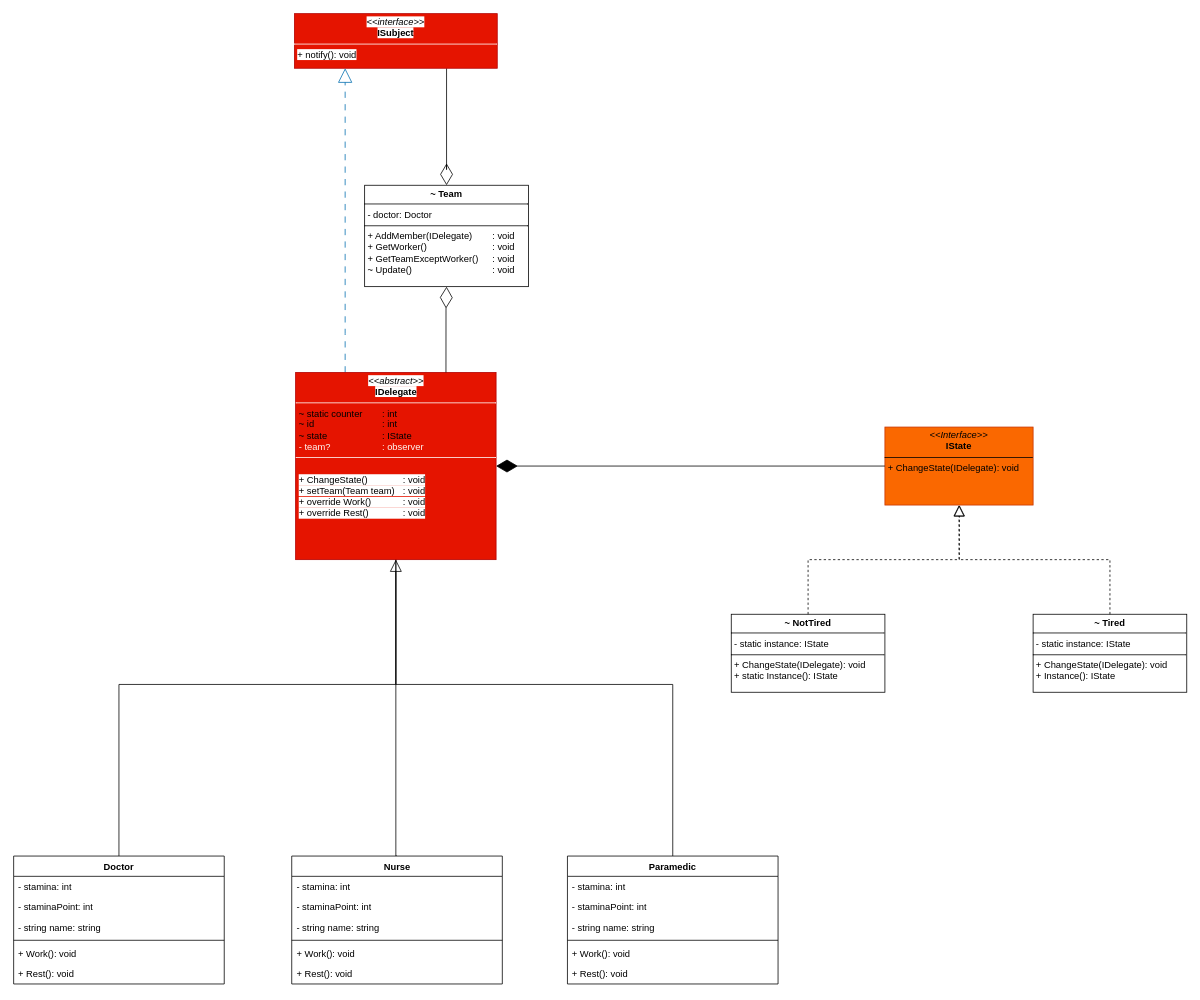
Earlier version of the draw.io diagram SI_Devoir4/SI_Devoir4.drawio (MAUI-SI-IOS/SI_Devoir4). Source tidied: cells renumbered, new cells numbered last; positions are measured from the earlier drawing's top-left corner, leaving out a move shared by most shapes. Both pictures are drawn from the tidied source at 78%, with x=0, y=0 at pixel (13, 13).
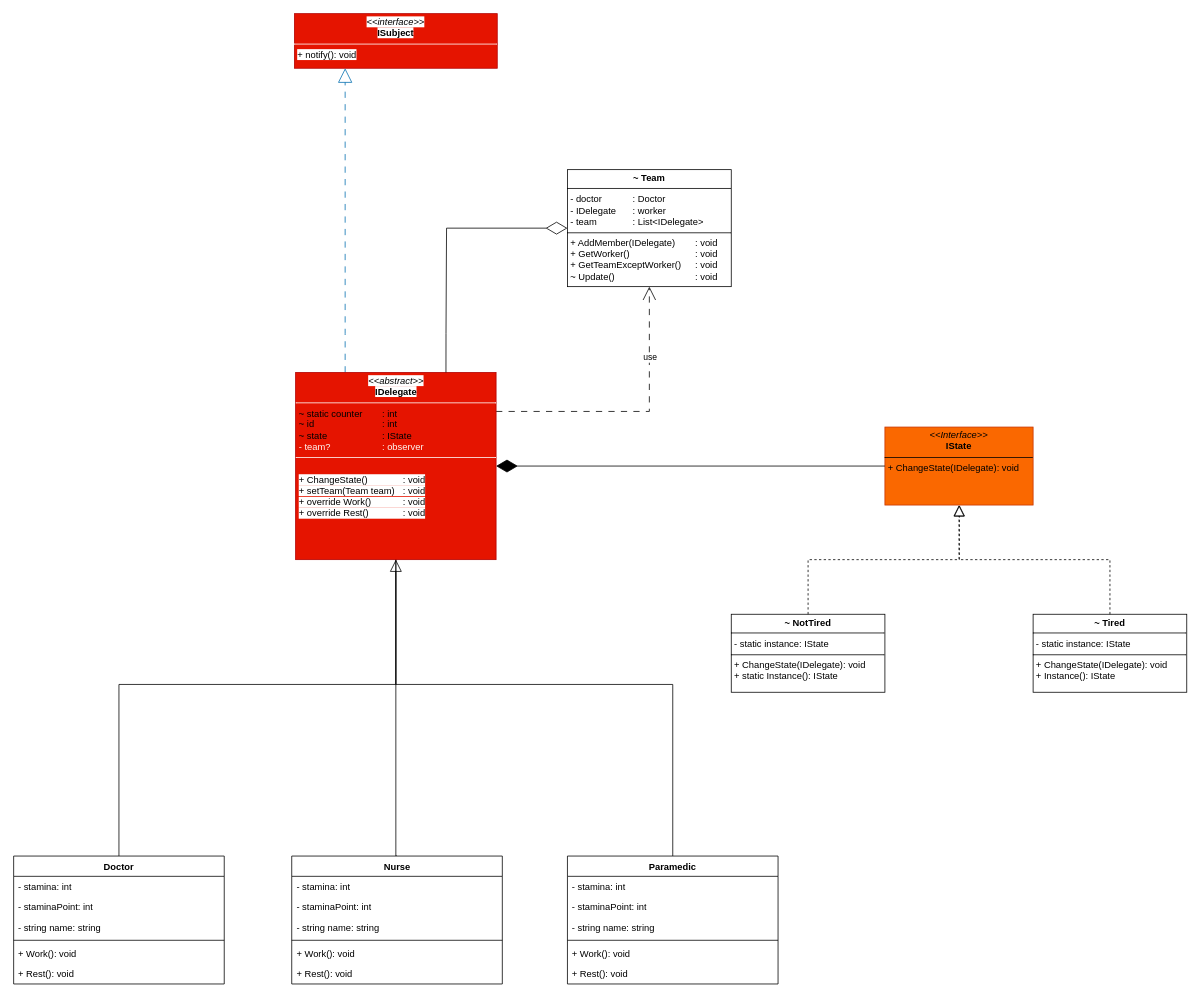
After the change.

Commit message:
updated IObserver relationship

Unchanged cells that the change refers to:
```xml
<mxCell id="7" value="&lt;p style=&quot;margin:0px;margin-top:4px;text-align:center;&quot;&gt;&lt;font style=&quot;background-color: light-dark(#ffffff, var(--ge-dark-color, #121212)); color: light-dark(rgb(0, 0, 0), rgb(255, 249, 243));&quot;&gt;&lt;i style=&quot;&quot;&gt;&amp;lt;&amp;lt;abstract&amp;gt;&amp;gt;&lt;/i&gt;&lt;br&gt;&lt;b style=&quot;&quot;&gt;IDelegate&lt;/b&gt;&lt;/font&gt;&lt;/p&gt;&lt;hr size=&quot;1&quot; style=&quot;border-style:solid;&quot;&gt;&lt;p style=&quot;margin:0px;margin-left:4px;&quot;&gt;&lt;font style=&quot;color: light-dark(rgb(0, 0, 0), rgb(255, 249, 243));&quot;&gt;~ static counter&lt;span style=&quot;white-space: pre;&quot;&gt;&#9;&lt;/span&gt;: int&lt;/font&gt;&lt;/p&gt;&lt;p style=&quot;margin:0px;margin-left:4px;&quot;&gt;&lt;font style=&quot;color: light-dark(rgb(0, 0, 0), rgb(255, 249, 243));&quot;&gt;~ id&lt;span style=&quot;white-space: pre;&quot;&gt;&#9;&lt;/span&gt;&amp;nbsp; &amp;nbsp; &amp;nbsp;&lt;span style=&quot;white-space: pre;&quot;&gt;&#9;&lt;/span&gt;&lt;span style=&quot;white-space: pre;&quot;&gt;&#9;&lt;/span&gt;&lt;span style=&quot;white-space: pre;&quot;&gt;&#9;&lt;/span&gt;: int&lt;/font&gt;&lt;/p&gt;&lt;p style=&quot;margin:0px;margin-left:4px;&quot;&gt;&lt;span&gt;&lt;font style=&quot;color: light-dark(rgb(0, 0, 0), rgb(255, 249, 243));&quot;&gt;~ state&amp;nbsp;&lt;span style=&quot;white-space: pre;&quot;&gt;&#9;&lt;/span&gt;&lt;span style=&quot;white-space: pre;&quot;&gt;&#9;&lt;/span&gt; &lt;span style=&quot;white-space: pre;&quot;&gt;&#9;&lt;/span&gt;: IState&lt;/font&gt;&lt;br&gt;&lt;/span&gt;&lt;/p&gt;&lt;p style=&quot;margin:0px;margin-left:4px;&quot;&gt;&lt;font style=&quot;color: light-dark(rgb(255, 249, 243), rgb(213, 232, 212));&quot;&gt;- team? &lt;span style=&quot;white-space: pre;&quot;&gt;&#9;&lt;/span&gt;&lt;span style=&quot;white-space: pre;&quot;&gt;&#9;&lt;/span&gt;&lt;span style=&quot;white-space: pre;&quot;&gt;&#9;&lt;/span&gt;: observer&lt;/font&gt;&lt;/p&gt;&lt;hr size=&quot;1&quot; style=&quot;border-style:solid;&quot;&gt;&lt;p style=&quot;margin:0px;margin-left:4px;&quot;&gt;&lt;span style=&quot;background-color: light-dark(#ffffff, var(--ge-dark-color, #121212));&quot;&gt;&lt;br&gt;&lt;/span&gt;&lt;/p&gt;&lt;p style=&quot;margin:0px;margin-left:4px;&quot;&gt;&lt;font style=&quot;color: light-dark(rgb(0, 0, 0), rgb(255, 249, 243));&quot;&gt;&lt;font style=&quot;background-color: light-dark(#ffffff, var(--ge-dark-color, #121212));&quot;&gt;+ ChangeState()&lt;span style=&quot;white-space: pre;&quot;&gt;&#9;&lt;/span&gt;&lt;span style=&quot;white-space: pre;&quot;&gt;&#9;&lt;/span&gt;: void&lt;/font&gt;&lt;/font&gt;&lt;/p&gt;&lt;p style=&quot;margin:0px;margin-left:4px;&quot;&gt;&lt;font style=&quot;color: light-dark(rgb(0, 0, 0), rgb(255, 249, 243)); background-color: light-dark(#ffffff, var(--ge-dark-color, #121212));&quot;&gt;+ setTeam(Team team)&lt;span style=&quot;white-space: pre;&quot;&gt;&#9;&lt;/span&gt;: void&lt;/font&gt;&lt;/p&gt;&lt;p style=&quot;margin:0px;margin-left:4px;&quot;&gt;&lt;font style=&quot;color: light-dark(rgb(0, 0, 0), rgb(255, 249, 243));&quot;&gt;&lt;span style=&quot;background-color: light-dark(#ffffff, var(--ge-dark-color, #121212));&quot;&gt;+ override Work()&lt;span style=&quot;white-space: pre;&quot;&gt;&#9;&lt;/span&gt;&lt;span style=&quot;white-space: pre;&quot;&gt;&#9;&lt;/span&gt;: void&lt;/span&gt;&lt;/font&gt;&lt;/p&gt;&lt;p style=&quot;margin:0px;margin-left:4px;&quot;&gt;&lt;font style=&quot;color: light-dark(rgb(0, 0, 0), rgb(255, 249, 243));&quot;&gt;&lt;span style=&quot;background-color: light-dark(#ffffff, var(--ge-dark-color, #121212));&quot;&gt;+ override Rest() &lt;span style=&quot;white-space: pre;&quot;&gt;&#9;&lt;/span&gt;&lt;span style=&quot;white-space: pre;&quot;&gt;&#9;&lt;/span&gt;:&amp;nbsp;void&lt;/span&gt;&lt;br&gt;&lt;/font&gt;&lt;br&gt;&lt;/p&gt;" style="verticalAlign=top;align=left;overflow=fill;html=1;whiteSpace=wrap;fillColor=light-dark(#e51400, #000000);fontColor=#ffffff;strokeColor=#B20000;" parent="1" vertex="1">
  <mxGeometry x="361.5" y="460" width="257" height="240" as="geometry" />
</mxCell>
<mxCell id="10" value="&lt;p style=&quot;margin:0px;margin-top:4px;text-align:center;&quot;&gt;&lt;font style=&quot;background-color: light-dark(#ffffff, var(--ge-dark-color, #121212)); color: light-dark(rgb(0, 0, 0), rgb(255, 249, 243));&quot;&gt;&lt;i style=&quot;&quot;&gt;&amp;lt;&amp;lt;interface&amp;gt;&amp;gt;&lt;/i&gt;&lt;br&gt;&lt;b style=&quot;&quot;&gt;ISubject&lt;/b&gt;&lt;/font&gt;&lt;/p&gt;&lt;hr size=&quot;1&quot; style=&quot;border-style:solid;&quot;&gt;&lt;p style=&quot;margin:0px;margin-left:4px;&quot;&gt;&lt;font style=&quot;background-color: light-dark(#ffffff, var(--ge-dark-color, #121212)); color: light-dark(rgb(0, 0, 0), rgb(255, 249, 243));&quot;&gt;+ notify(): void&lt;/font&gt;&lt;/p&gt;" style="verticalAlign=top;align=left;overflow=fill;html=1;whiteSpace=wrap;fillColor=light-dark(#e51400, #000000);fontColor=#ffffff;strokeColor=light-dark(#B20000,#0000FF);" parent="1" vertex="1">
  <mxGeometry x="360" width="260" height="70" as="geometry" />
</mxCell>
```

Change to the diagram source:
```diff
@@
-    <mxCell id="2" value="&lt;p style=&quot;margin:0px;margin-top:4px;text-align:center;&quot;&gt;&lt;b&gt;~ Team&lt;/b&gt;&lt;/p&gt;&lt;hr size=&quot;1&quot; style=&quot;border-style:solid;&quot;&gt;&lt;p style=&quot;margin:0px;margin-left:4px;&quot;&gt;- doctor: Doctor&lt;/p&gt;&lt;hr size=&quot;1&quot; style=&quot;border-style:solid;&quot;&gt;&lt;p style=&quot;margin:0px;margin-left:4px;&quot;&gt;+ AddMember(IDelegate)&lt;span style=&quot;white-space: pre;&quot;&gt;&#9;&lt;/span&gt;: void&lt;/p&gt;&lt;p style=&quot;margin:0px;margin-left:4px;&quot;&gt;+ GetWorker()&lt;span style=&quot;white-space: pre;&quot;&gt;&#9;&lt;/span&gt;&lt;span style=&quot;white-space: pre;&quot;&gt;&#9;&lt;/span&gt;&lt;span style=&quot;white-space: pre;&quot;&gt;&#9;&lt;/span&gt;&lt;span style=&quot;white-space: pre;&quot;&gt;&#9;&lt;/span&gt;: void&lt;/p&gt;&lt;p style=&quot;margin:0px;margin-left:4px;&quot;&gt;+ GetTeamExceptWorker()&lt;span style=&quot;white-space: pre;&quot;&gt;&#9;&lt;/span&gt;: void&lt;/p&gt;&lt;p style=&quot;margin:0px;margin-left:4px;&quot;&gt;~ Update()&lt;span style=&quot;white-space: pre;&quot;&gt;&#9;&lt;/span&gt;&lt;span style=&quot;white-space: pre;&quot;&gt;&#9;&lt;/span&gt;&lt;span style=&quot;white-space: pre;&quot;&gt;&#9;&lt;/span&gt;&lt;span style=&quot;white-space: pre;&quot;&gt;&#9;&lt;/span&gt;: void&lt;/p&gt;" style="verticalAlign=top;align=left;overflow=fill;html=1;whiteSpace=wrap;" parent="1" vertex="1">
-      <mxGeometry x="450" y="220" width="210" height="130" as="geometry" />
+    <mxCell id="2" value="&lt;p style=&quot;margin:0px;margin-top:4px;text-align:center;&quot;&gt;&lt;b&gt;~ Team&lt;/b&gt;&lt;/p&gt;&lt;hr size=&quot;1&quot; style=&quot;border-style:solid;&quot;&gt;&lt;p style=&quot;margin:0px;margin-left:4px;&quot;&gt;- doctor&lt;span style=&quot;white-space: pre;&quot;&gt;&#9;&lt;/span&gt;&lt;span style=&quot;white-space: pre;&quot;&gt;&#9;&lt;/span&gt;: Doctor&lt;/p&gt;&lt;p style=&quot;margin:0px;margin-left:4px;&quot;&gt;- IDelegate&lt;span style=&quot;white-space: pre;&quot;&gt;&#9;&lt;/span&gt;: worker&lt;/p&gt;&lt;p style=&quot;margin:0px;margin-left:4px;&quot;&gt;- team&amp;nbsp; &amp;nbsp; &amp;nbsp; &amp;nbsp;&lt;span style=&quot;white-space: pre;&quot;&gt;&#9;&lt;/span&gt;: List&amp;lt;IDelegate&amp;gt;&lt;/p&gt;&lt;hr size=&quot;1&quot; style=&quot;border-style:solid;&quot;&gt;&lt;p style=&quot;margin:0px;margin-left:4px;&quot;&gt;+ AddMember(IDelegate)&lt;span style=&quot;white-space: pre;&quot;&gt;&#9;&lt;/span&gt;: void&lt;/p&gt;&lt;p style=&quot;margin:0px;margin-left:4px;&quot;&gt;+ GetWorker()&lt;span style=&quot;white-space: pre;&quot;&gt;&#9;&lt;/span&gt;&lt;span style=&quot;white-space: pre;&quot;&gt;&#9;&lt;/span&gt;&lt;span style=&quot;white-space: pre;&quot;&gt;&#9;&lt;/span&gt;&lt;span style=&quot;white-space: pre;&quot;&gt;&#9;&lt;/span&gt;: void&lt;/p&gt;&lt;p style=&quot;margin:0px;margin-left:4px;&quot;&gt;+ GetTeamExceptWorker()&lt;span style=&quot;white-space: pre;&quot;&gt;&#9;&lt;/span&gt;: void&lt;/p&gt;&lt;p style=&quot;margin:0px;margin-left:4px;&quot;&gt;~ Update()&lt;span style=&quot;white-space: pre;&quot;&gt;&#9;&lt;/span&gt;&lt;span style=&quot;white-space: pre;&quot;&gt;&#9;&lt;/span&gt;&lt;span style=&quot;white-space: pre;&quot;&gt;&#9;&lt;/span&gt;&lt;span style=&quot;white-space: pre;&quot;&gt;&#9;&lt;/span&gt;: void&lt;/p&gt;" style="verticalAlign=top;align=left;overflow=fill;html=1;whiteSpace=wrap;" parent="1" vertex="1">
+      <mxGeometry x="710" y="200" width="210" height="150" as="geometry" />
     </mxCell>
@@
+    <mxCell id="38" style="edgeStyle=orthogonalEdgeStyle;rounded=0;jettySize=auto;html=1;entryX=0.5;entryY=1;entryDx=0;entryDy=0;endArrow=open;endFill=0;dashed=1;dashPattern=8 8;endSize=15;" parent="1" edge="1" source="7" target="2">
+      <mxGeometry relative="1" as="geometry">
+        <Array as="points">
+          <mxPoint x="815" y="510" />
+        </Array>
+      </mxGeometry>
+    </mxCell>
+    <mxCell id="39" value="use" style="edgeLabel;html=1;align=center;verticalAlign=middle;" parent="38" vertex="1">
+      <mxGeometry x="0.54" y="-3" relative="1" as="geometry">
+        <mxPoint x="-3" y="9" as="offset" />
+      </mxGeometry>
+    </mxCell>
@@
-    <mxCell id="9" style="edgeStyle=orthogonalEdgeStyle;rounded=0;jettySize=auto;html=1;entryX=0.5;entryY=0;entryDx=0;entryDy=0;endArrow=diamondThin;endFill=0;endSize=25;exitX=0.75;exitY=1;exitDx=0;exitDy=0;" parent="1" edge="1" source="10" target="2">
-      <mxGeometry relative="1" as="geometry">
-        <Array as="points">
-          <mxPoint x="555" y="200" />
-        </Array>
-      </mxGeometry>
-    </mxCell>
@@
-    <mxCell id="37" style="edgeStyle=orthogonalEdgeStyle;rounded=0;jettySize=auto;html=1;endArrow=diamondThin;endFill=0;endSize=25;exitX=0.75;exitY=0;exitDx=0;exitDy=0;entryX=0.5;entryY=1;entryDx=0;entryDy=0;" parent="1" edge="1" source="7" target="2">
+    <mxCell id="37" style="edgeStyle=orthogonalEdgeStyle;rounded=0;jettySize=auto;html=1;endArrow=diamondThin;endFill=0;endSize=25;exitX=0.75;exitY=0;exitDx=0;exitDy=0;entryX=0;entryY=0.5;entryDx=0;entryDy=0;" parent="1" edge="1" source="7" target="2">
       <mxGeometry relative="1" as="geometry">
         <Array as="points">
-          <mxPoint x="554" y="380" />
-          <mxPoint x="555" y="350" />
+          <mxPoint x="554" y="410" />
+          <mxPoint x="555" y="275" />
         </Array>
       </mxGeometry>
     </mxCell>
```
